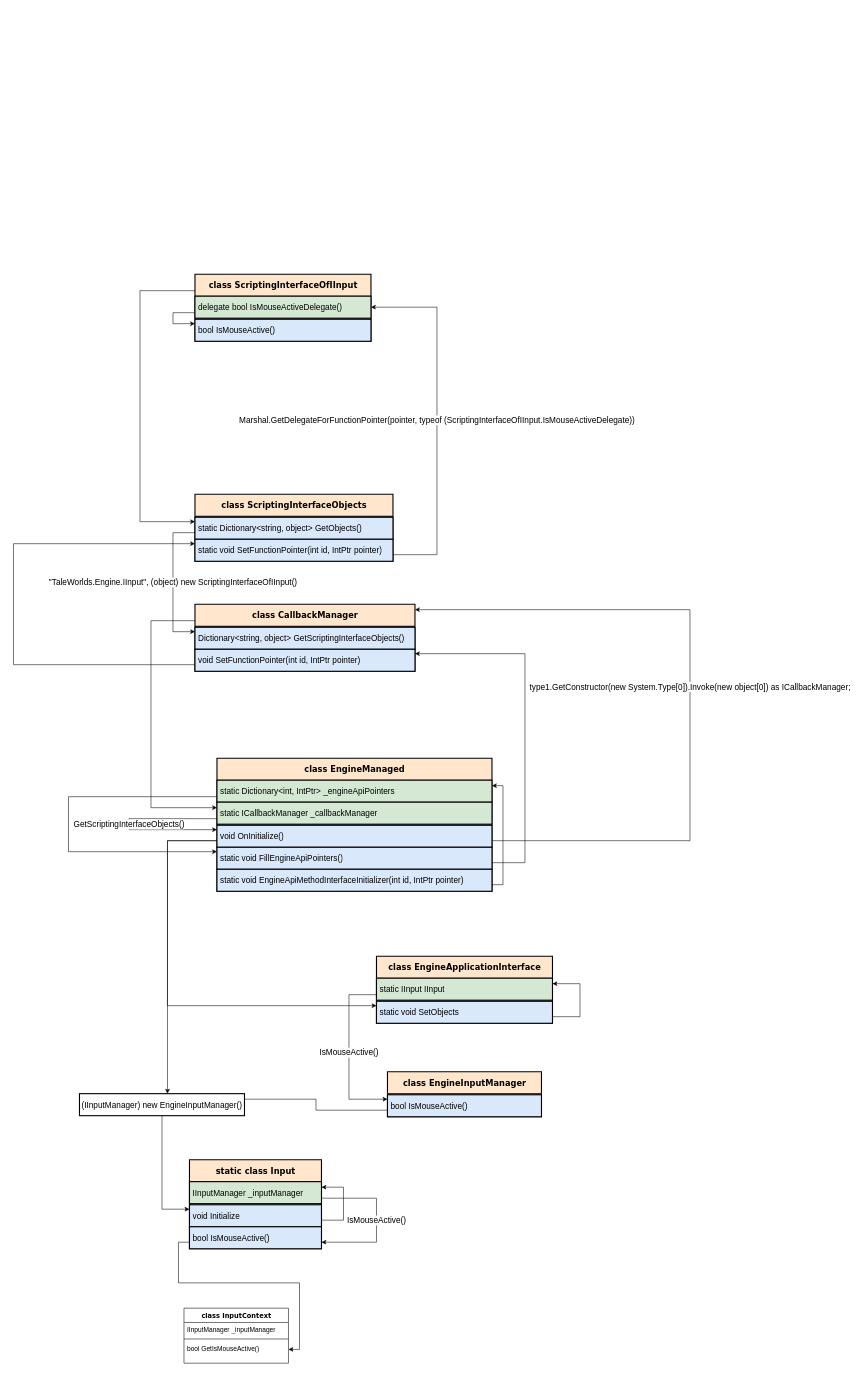
This is Bannerlord DLL Diagram.drawio from KevenTom/MBTestMod, a draw.io file, before an edit. Source tidied: cells renumbered, new cells numbered last; positions are measured from the earlier drawing's top-left corner, leaving out a move shared by most shapes. Both pictures are drawn from the tidied source at 55%, with x=0, y=0 at pixel (13, 274).
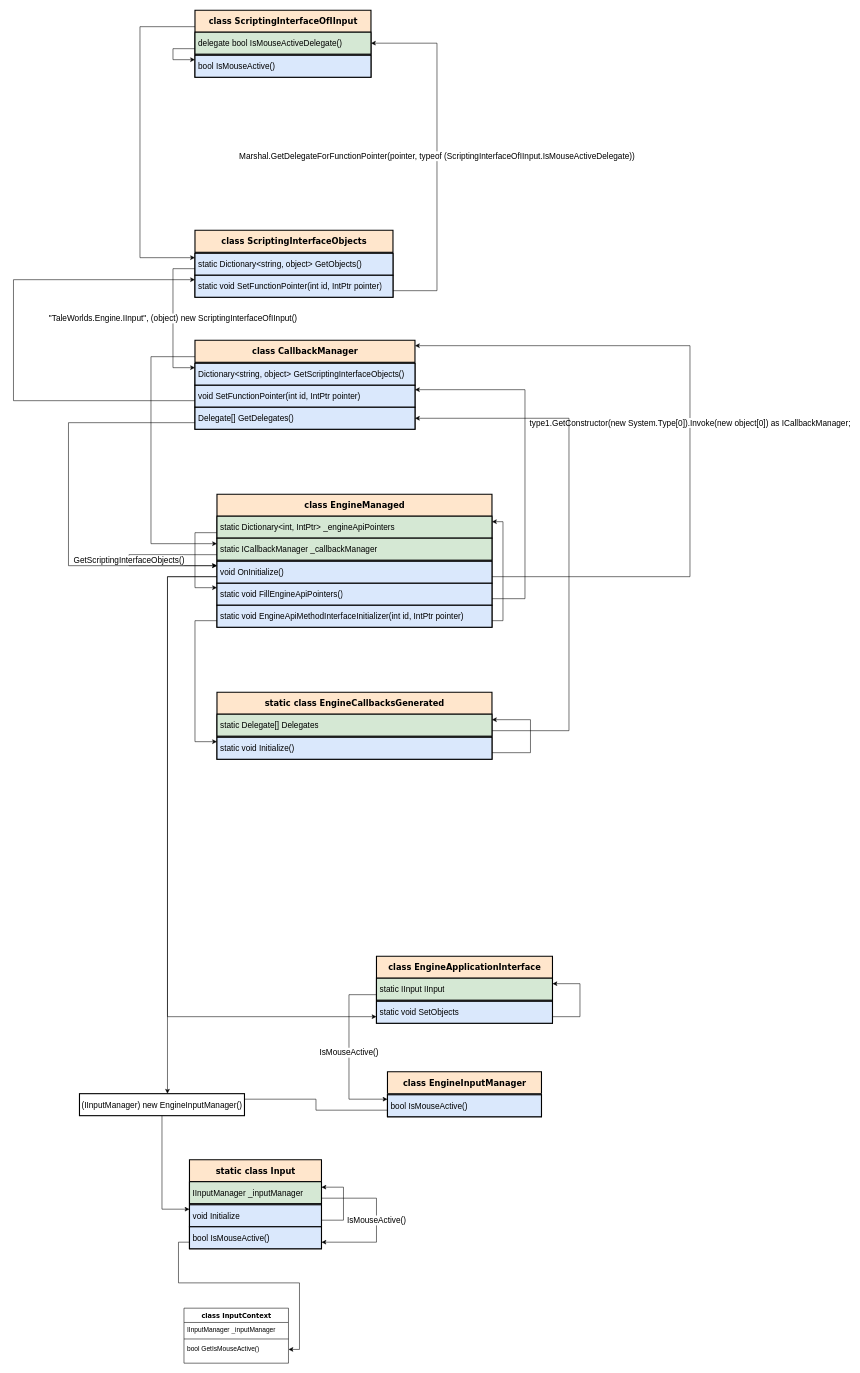
The same diagram, later.

Unchanged cells that the change refers to:
```xml
<mxCell id="14" value="&lt;span style=&quot;font-size: 15px; background-color: rgb(255, 255, 255);&quot;&gt;(IInputManager) new EngineInputManager()&lt;/span&gt;" style="rounded=0;whiteSpace=wrap;html=1;fontSize=15;strokeWidth=2;" parent="1" vertex="1">
  <mxGeometry x="120" y="1490" width="300" height="40" as="geometry" />
</mxCell>
<mxCell id="19" value="static Dictionary&amp;lt;int, IntPtr&amp;gt; _engineApiPointers" style="text;align=left;verticalAlign=middle;spacingLeft=4;spacingRight=4;whiteSpace=wrap;overflow=hidden;points=[[0,0.5],[1,0.5]];portConstraint=eastwest;horizontal=1;labelBorderColor=none;labelBackgroundColor=none;html=1;shadow=0;glass=0;sketch=0;rounded=0;fillColor=#d5e8d4;fontSize=15;strokeColor=#000000;strokeWidth=2;" parent="16" vertex="1">
  <mxGeometry y="40" width="500" height="40" as="geometry" />
</mxCell>
<mxCell id="20" value="static ICallbackManager _callbackManager" style="text;align=left;verticalAlign=middle;spacingLeft=4;spacingRight=4;whiteSpace=wrap;overflow=hidden;points=[[0,0.5],[1,0.5]];portConstraint=eastwest;horizontal=1;labelBorderColor=none;labelBackgroundColor=none;html=1;shadow=0;glass=0;sketch=0;rounded=0;fillColor=#d5e8d4;fontSize=15;strokeColor=#000000;strokeWidth=2;" parent="16" vertex="1">
  <mxGeometry y="80" width="500" height="40" as="geometry" />
</mxCell>
<mxCell id="22" value="void OnInitialize()" style="text;html=1;fillColor=#dae8fc;align=left;verticalAlign=middle;spacingLeft=4;spacingRight=4;whiteSpace=wrap;overflow=hidden;points=[[0,0.5],[1,0.5]];portConstraint=eastwest;fontSize=15;strokeColor=#000000;strokeWidth=2;" parent="16" vertex="1">
  <mxGeometry y="122" width="500" height="40" as="geometry" />
</mxCell>
<mxCell id="23" value="static void FillEngineApiPointers()" style="text;html=1;fillColor=#dae8fc;align=left;verticalAlign=middle;spacingLeft=4;spacingRight=4;whiteSpace=wrap;overflow=hidden;points=[[0,0.5],[1,0.5]];portConstraint=eastwest;fontSize=15;strokeColor=#000000;strokeWidth=2;" parent="16" vertex="1">
  <mxGeometry y="162" width="500" height="40" as="geometry" />
</mxCell>
<mxCell id="25" value="static void EngineApiMethodInterfaceInitializer(int id, IntPtr pointer)" style="text;html=1;fillColor=#dae8fc;align=left;verticalAlign=middle;spacingLeft=4;spacingRight=4;whiteSpace=wrap;overflow=hidden;points=[[0,0.5],[1,0.5]];portConstraint=eastwest;fontSize=15;strokeColor=#000000;strokeWidth=2;" parent="16" vertex="1">
  <mxGeometry y="202" width="500" height="40" as="geometry" />
</mxCell>
<mxCell id="35" value="static void SetObjects" style="text;html=1;fillColor=#dae8fc;align=left;verticalAlign=middle;spacingLeft=4;spacingRight=4;whiteSpace=wrap;overflow=hidden;points=[[0,0.5],[1,0.5]];portConstraint=eastwest;fontSize=15;strokeColor=#000000;strokeWidth=2;" parent="31" vertex="1">
  <mxGeometry y="82" width="320" height="40" as="geometry" />
</mxCell>
<mxCell id="41" value="Dictionary&amp;lt;string, object&amp;gt; GetScriptingInterfaceObjects()" style="text;html=1;fillColor=#dae8fc;align=left;verticalAlign=middle;spacingLeft=4;spacingRight=4;whiteSpace=wrap;overflow=hidden;points=[[0,0.5],[1,0.5]];portConstraint=eastwest;fontSize=15;strokeColor=#000000;strokeWidth=2;" parent="39" vertex="1">
  <mxGeometry y="42" width="400" height="40" as="geometry" />
</mxCell>
<mxCell id="42" value="void SetFunctionPointer(int id, IntPtr pointer)" style="text;html=1;fillColor=#dae8fc;align=left;verticalAlign=middle;spacingLeft=4;spacingRight=4;whiteSpace=wrap;overflow=hidden;points=[[0,0.5],[1,0.5]];portConstraint=eastwest;fontSize=15;strokeColor=#000000;strokeWidth=2;" parent="39" vertex="1">
  <mxGeometry y="82" width="400" height="40" as="geometry" />
</mxCell>
<mxCell id="46" value="static Dictionary&amp;lt;string, object&amp;gt; GetObjects()" style="text;html=1;fillColor=#dae8fc;align=left;verticalAlign=middle;spacingLeft=4;spacingRight=4;whiteSpace=wrap;overflow=hidden;points=[[0,0.5],[1,0.5]];portConstraint=eastwest;fontSize=15;strokeColor=#000000;strokeWidth=2;" parent="44" vertex="1">
  <mxGeometry y="42" width="360" height="40" as="geometry" />
</mxCell>
<mxCell id="47" value="static void SetFunctionPointer(int id, IntPtr pointer)" style="text;html=1;fillColor=#dae8fc;align=left;verticalAlign=middle;spacingLeft=4;spacingRight=4;whiteSpace=wrap;overflow=hidden;points=[[0,0.5],[1,0.5]];portConstraint=eastwest;fontSize=15;strokeColor=#000000;strokeWidth=2;" parent="44" vertex="1">
  <mxGeometry y="82" width="360" height="40" as="geometry" />
</mxCell>
<mxCell id="52" value="delegate bool IsMouseActiveDelegate()" style="text;align=left;verticalAlign=middle;spacingLeft=4;spacingRight=4;whiteSpace=wrap;overflow=hidden;points=[[0,0.5],[1,0.5]];portConstraint=eastwest;horizontal=1;labelBorderColor=none;labelBackgroundColor=none;html=1;shadow=0;glass=0;sketch=0;rounded=0;fillColor=#d5e8d4;fontSize=15;strokeColor=#000000;strokeWidth=2;" parent="50" vertex="1">
  <mxGeometry y="40" width="320" height="40" as="geometry" />
</mxCell>
```

What changed in the source:
```diff
@@
     <mxCell id="16" value="class EngineManaged" style="swimlane;html=1;fontStyle=1;align=center;verticalAlign=middle;horizontal=1;startSize=40;swimlaneFillColor=#ffffff;rounded=0;shadow=0;comic=0;labelBackgroundColor=none;strokeWidth=2;fontFamily=Verdana;fontSize=15;swimlaneLine=1;flipH=1;flipV=0;fillColor=#ffe6cc;" parent="1" vertex="1">
-      <mxGeometry x="370" y="880" width="500" height="242" as="geometry" />
+      <mxGeometry x="370" y="400" width="500" height="242" as="geometry" />
     </mxCell>
@@
     <mxCell id="18" style="edgeStyle=orthogonalEdgeStyle;rounded=0;jettySize=auto;html=1;" parent="16" edge="1" source="19" target="23">
       <mxGeometry relative="1" as="geometry">
         <Array as="points">
-          <mxPoint x="-270" y="70" />
-          <mxPoint x="-270" y="170" />
+          <mxPoint x="-40" y="70" />
+          <mxPoint x="-40" y="170" />
         </Array>
       </mxGeometry>
     </mxCell>
@@
     <mxCell id="26" style="edgeStyle=orthogonalEdgeStyle;rounded=0;jumpSize=6;jettySize=auto;html=1;fontSize=15;" parent="1" edge="1" source="22" target="14">
       <mxGeometry relative="1" as="geometry">
         <Array as="points">
-          <mxPoint x="280" y="1030" />
+          <mxPoint x="280" y="550" />
         </Array>
       </mxGeometry>
     </mxCell>
@@
     <mxCell id="37" style="edgeStyle=orthogonalEdgeStyle;rounded=0;jumpSize=6;jettySize=auto;html=1;fontSize=15;endArrow=classic;endFill=1;" parent="1" edge="1" source="22" target="35">
       <mxGeometry relative="1" as="geometry">
         <Array as="points">
-          <mxPoint x="280" y="1030" />
-          <mxPoint x="280" y="1330" />
+          <mxPoint x="280" y="550" />
+          <mxPoint x="280" y="1350" />
         </Array>
       </mxGeometry>
     </mxCell>
     <mxCell id="38" style="edgeStyle=orthogonalEdgeStyle;rounded=0;jumpSize=6;jettySize=auto;html=1;fontSize=15;endArrow=classic;endFill=1;" parent="1" edge="1" source="39" target="20">
       <mxGeometry relative="1" as="geometry">
         <Array as="points">
-          <mxPoint x="250" y="630" />
-          <mxPoint x="250" y="970" />
+          <mxPoint x="250" y="150" />
+          <mxPoint x="250" y="490" />
         </Array>
       </mxGeometry>
     </mxCell>
     <mxCell id="39" value="class CallbackManager" style="swimlane;html=1;fontStyle=1;align=center;verticalAlign=middle;horizontal=1;startSize=40;swimlaneFillColor=#ffffff;rounded=0;shadow=0;comic=0;labelBackgroundColor=none;strokeWidth=2;fontFamily=Verdana;fontSize=15;swimlaneLine=1;flipH=1;flipV=0;fillColor=#ffe6cc;" parent="1" vertex="1">
-      <mxGeometry x="330" y="600" width="400" height="122" as="geometry" />
+      <mxGeometry x="330" y="120" width="400" height="162" as="geometry" />
     </mxCell>
@@
+    <mxCell id="58" value="Delegate[] GetDelegates()" style="text;html=1;fillColor=#dae8fc;align=left;verticalAlign=middle;spacingLeft=4;spacingRight=4;whiteSpace=wrap;overflow=hidden;points=[[0,0.5],[1,0.5]];portConstraint=eastwest;fontSize=15;strokeColor=#000000;strokeWidth=2;" parent="39" vertex="1">
+      <mxGeometry y="122" width="400" height="40" as="geometry" />
+    </mxCell>
     <mxCell id="43" value="type1.GetConstructor(new System.Type[0]).Invoke(new object[0]) as ICallbackManager;" style="edgeStyle=orthogonalEdgeStyle;rounded=0;jumpSize=6;jettySize=auto;html=1;fontSize=15;endArrow=classic;endFill=1;" parent="1" edge="1" source="22" target="39">
       <mxGeometry relative="1" as="geometry">
         <Array as="points">
-          <mxPoint x="1230" y="1030" />
-          <mxPoint x="1230" y="610" />
+          <mxPoint x="1230" y="550" />
+          <mxPoint x="1230" y="130" />
         </Array>
       </mxGeometry>
     </mxCell>
     <mxCell id="44" value="class ScriptingInterfaceObjects" style="swimlane;html=1;fontStyle=1;align=center;verticalAlign=middle;horizontal=1;startSize=40;swimlaneFillColor=#ffffff;rounded=0;shadow=0;comic=0;labelBackgroundColor=none;strokeWidth=2;fontFamily=Verdana;fontSize=15;swimlaneLine=1;flipH=1;flipV=0;fillColor=#ffe6cc;" parent="1" vertex="1">
-      <mxGeometry x="330" y="400" width="360" height="122" as="geometry" />
+      <mxGeometry x="330" y="-80" width="360" height="122" as="geometry" />
     </mxCell>
@@
     <mxCell id="48" value="&quot;TaleWorlds.Engine.IInput&quot;, (object) new ScriptingInterfaceOfIInput()" style="edgeStyle=orthogonalEdgeStyle;rounded=0;jumpSize=6;jettySize=auto;html=1;fontSize=15;endArrow=classic;endFill=1;" parent="1" edge="1" source="46" target="41">
       <mxGeometry relative="1" as="geometry">
         <Array as="points">
-          <mxPoint x="290" y="470" />
-          <mxPoint x="290" y="650" />
+          <mxPoint x="290" y="-10" />
+          <mxPoint x="290" y="170" />
         </Array>
       </mxGeometry>
     </mxCell>
     <mxCell id="49" style="edgeStyle=orthogonalEdgeStyle;rounded=0;jumpSize=6;jettySize=auto;html=1;fontSize=15;endArrow=classic;endFill=1;" parent="1" edge="1" source="50" target="46">
       <mxGeometry relative="1" as="geometry">
         <Array as="points">
-          <mxPoint x="230" y="30" />
-          <mxPoint x="230" y="450" />
+          <mxPoint x="230" y="-450" />
+          <mxPoint x="230" y="-30" />
         </Array>
       </mxGeometry>
     </mxCell>
     <mxCell id="50" value="class ScriptingInterfaceOfIInput" style="swimlane;html=1;fontStyle=1;align=center;verticalAlign=middle;horizontal=1;startSize=40;swimlaneFillColor=#ffffff;rounded=0;shadow=0;comic=0;labelBackgroundColor=none;strokeWidth=2;fontFamily=Verdana;fontSize=15;swimlaneLine=1;flipH=1;flipV=0;fillColor=#ffe6cc;" parent="1" vertex="1">
-      <mxGeometry x="330" width="320" height="122" as="geometry" />
+      <mxGeometry x="330" y="-480" width="320" height="122" as="geometry" />
     </mxCell>
@@
     <mxCell id="55" value="Marshal.GetDelegateForFunctionPointer(pointer, typeof (ScriptingInterfaceOfIInput.IsMouseActiveDelegate))" style="edgeStyle=orthogonalEdgeStyle;rounded=0;jumpSize=6;jettySize=auto;html=1;fontSize=15;endArrow=classic;endFill=1;" parent="1" edge="1" source="47" target="52">
       <mxGeometry relative="1" as="geometry">
         <Array as="points">
-          <mxPoint x="770" y="510" />
-          <mxPoint x="770" y="60" />
+          <mxPoint x="770" y="30" />
+          <mxPoint x="770" y="-420" />
         </Array>
       </mxGeometry>
     </mxCell>
     <mxCell id="56" style="edgeStyle=orthogonalEdgeStyle;rounded=0;jettySize=auto;html=1;" parent="1" edge="1" source="42" target="47">
       <mxGeometry relative="1" as="geometry">
         <Array as="points">
-          <mxPoint y="710" />
-          <mxPoint y="490" />
+          <mxPoint y="230" />
+          <mxPoint y="10" />
         </Array>
       </mxGeometry>
     </mxCell>
     <mxCell id="57" style="edgeStyle=orthogonalEdgeStyle;rounded=0;jettySize=auto;html=1;" parent="1" edge="1" source="23" target="42">
       <mxGeometry relative="1" as="geometry">
         <Array as="points">
-          <mxPoint x="930" y="1070" />
-          <mxPoint x="930" y="690" />
+          <mxPoint x="930" y="590" />
+          <mxPoint x="930" y="210" />
         </Array>
       </mxGeometry>
     </mxCell>
+    <mxCell id="59" value="static class EngineCallbacksGenerated" style="swimlane;html=1;fontStyle=1;align=center;verticalAlign=middle;horizontal=1;startSize=40;swimlaneFillColor=#ffffff;rounded=0;shadow=0;comic=0;labelBackgroundColor=none;strokeWidth=2;fontFamily=Verdana;fontSize=15;swimlaneLine=1;flipH=1;flipV=0;fillColor=#ffe6cc;" parent="1" vertex="1">
+      <mxGeometry x="370" y="760" width="500" height="122" as="geometry" />
+    </mxCell>
+    <mxCell id="60" value="static Delegate[] Delegates" style="text;align=left;verticalAlign=middle;spacingLeft=4;spacingRight=4;whiteSpace=wrap;overflow=hidden;points=[[0,0.5],[1,0.5]];portConstraint=eastwest;horizontal=1;labelBorderColor=none;labelBackgroundColor=none;html=1;shadow=0;glass=0;sketch=0;rounded=0;fillColor=#d5e8d4;fontSize=15;strokeColor=#000000;strokeWidth=2;" parent="59" vertex="1">
+      <mxGeometry y="40" width="500" height="40" as="geometry" />
+    </mxCell>
+    <mxCell id="61" style="line;html=1;strokeWidth=1;fillColor=none;align=left;verticalAlign=middle;spacingTop=-1;spacingLeft=3;spacingRight=3;labelPosition=right;" parent="59" vertex="1">
+      <mxGeometry y="80" width="500" height="2" as="geometry" />
+    </mxCell>
+    <mxCell id="62" style="edgeStyle=orthogonalEdgeStyle;rounded=0;jettySize=auto;html=1;" parent="59" edge="1" source="63" target="60">
+      <mxGeometry relative="1" as="geometry">
+        <Array as="points">
+          <mxPoint x="570" y="110" />
+          <mxPoint x="570" y="50" />
+        </Array>
+      </mxGeometry>
+    </mxCell>
+    <mxCell id="63" value="static void Initialize()" style="text;html=1;fillColor=#dae8fc;align=left;verticalAlign=middle;spacingLeft=4;spacingRight=4;whiteSpace=wrap;overflow=hidden;points=[[0,0.5],[1,0.5]];portConstraint=eastwest;fontSize=15;strokeColor=#000000;strokeWidth=2;" parent="59" vertex="1">
+      <mxGeometry y="82" width="500" height="40" as="geometry" />
+    </mxCell>
+    <mxCell id="64" style="edgeStyle=orthogonalEdgeStyle;rounded=0;jettySize=auto;html=1;" parent="1" edge="1" source="60" target="58">
+      <mxGeometry relative="1" as="geometry">
+        <Array as="points">
+          <mxPoint x="1010" y="830" />
+          <mxPoint x="1010" y="262" />
+        </Array>
+      </mxGeometry>
+    </mxCell>
+    <mxCell id="65" style="edgeStyle=orthogonalEdgeStyle;rounded=0;jettySize=auto;html=1;" parent="1" edge="1" source="58" target="22">
+      <mxGeometry relative="1" as="geometry">
+        <Array as="points">
+          <mxPoint x="100" y="270" />
+          <mxPoint x="100" y="530" />
+        </Array>
+      </mxGeometry>
+    </mxCell>
+    <mxCell id="66" style="edgeStyle=orthogonalEdgeStyle;rounded=0;jettySize=auto;html=1;" parent="1" edge="1" source="25" target="63">
+      <mxGeometry relative="1" as="geometry">
+        <Array as="points">
+          <mxPoint x="330" y="630" />
+          <mxPoint x="330" y="850" />
+        </Array>
+      </mxGeometry>
+    </mxCell>
```
